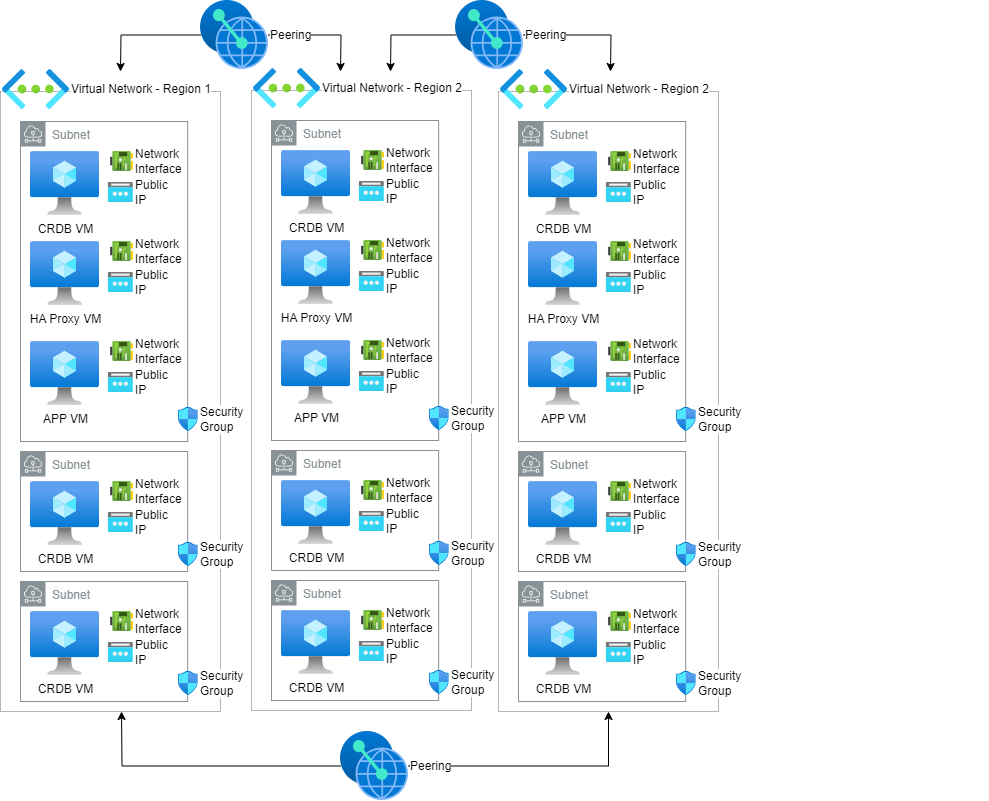
Earlier version of the draw.io export resources/azure-multi-regon.drawio.png (nollenr/AZURE-Terraform-CRDB-Multi-Region). Source tidied: cells renumbered, new cells last; positions are measured from the earlier drawing's top-left corner, leaving out a move shared by most shapes.
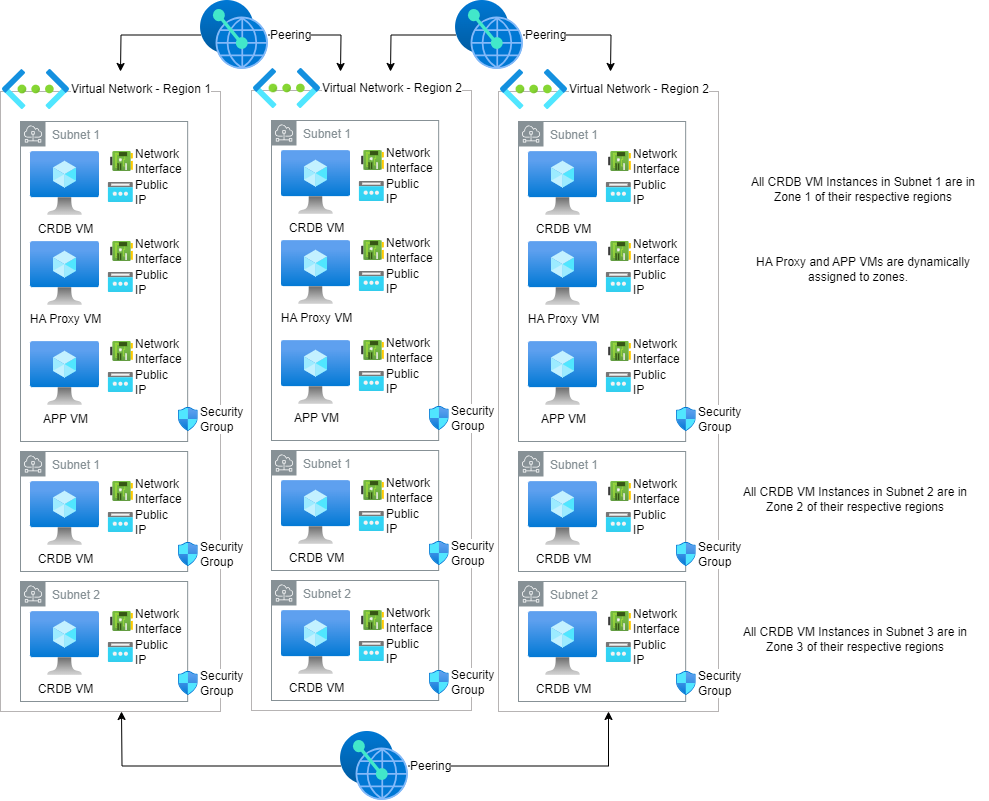
After the commit.

Commit message:
updated README and associated resources

Diff of the diagram source:
```diff
@@ -30,7 +30,7 @@
     <mxCell id="9" style="group;" parent="7" vertex="1">
       <mxGeometry x="20" y="30" width="179.8" height="320" as="geometry" />
     </mxCell>
-    <mxCell id="10" value="Subnet" style="sketch=0;gradientColor=none;html=1;whiteSpace=wrap;fontSize=12;fontStyle=0;shape=mxgraph.aws4.group;grIcon=mxgraph.aws4.group_subnet;strokeColor=#879196;fillColor=none;verticalAlign=top;align=left;spacingLeft=30;fontColor=#879196;dashed=0;" parent="9" vertex="1">
+    <mxCell id="10" value="Subnet 1" style="sketch=0;gradientColor=none;html=1;whiteSpace=wrap;fontSize=12;fontStyle=0;shape=mxgraph.aws4.group;grIcon=mxgraph.aws4.group_subnet;strokeColor=#879196;fillColor=none;verticalAlign=top;align=left;spacingLeft=30;fontColor=#879196;dashed=0;" parent="9" vertex="1">
       <mxGeometry width="167.2" height="320" as="geometry" />
     </mxCell>
     <mxCell id="11" style="group;" parent="9" vertex="1">
@@ -75,7 +75,7 @@
     <mxCell id="24" style="group;" parent="7" vertex="1">
       <mxGeometry x="20" y="360" width="179.8" height="120" as="geometry" />
     </mxCell>
-    <mxCell id="25" value="Subnet" style="sketch=0;gradientColor=none;html=1;whiteSpace=wrap;fontSize=12;fontStyle=0;shape=mxgraph.aws4.group;grIcon=mxgraph.aws4.group_subnet;strokeColor=#879196;fillColor=none;verticalAlign=top;align=left;spacingLeft=30;fontColor=#879196;dashed=0;" parent="24" vertex="1">
+    <mxCell id="25" value="Subnet 1" style="sketch=0;gradientColor=none;html=1;whiteSpace=wrap;fontSize=12;fontStyle=0;shape=mxgraph.aws4.group;grIcon=mxgraph.aws4.group_subnet;strokeColor=#879196;fillColor=none;verticalAlign=top;align=left;spacingLeft=30;fontColor=#879196;dashed=0;" parent="24" vertex="1">
       <mxGeometry width="167.2" height="120" as="geometry" />
     </mxCell>
     <mxCell id="26" style="group;" parent="24" vertex="1">
@@ -96,7 +96,7 @@
     <mxCell id="31" style="group;" parent="7" vertex="1">
       <mxGeometry x="20" y="490" width="179.8" height="120" as="geometry" />
     </mxCell>
-    <mxCell id="32" value="Subnet" style="sketch=0;gradientColor=none;html=1;whiteSpace=wrap;fontSize=12;fontStyle=0;shape=mxgraph.aws4.group;grIcon=mxgraph.aws4.group_subnet;strokeColor=#879196;fillColor=none;verticalAlign=top;align=left;spacingLeft=30;fontColor=#879196;dashed=0;" parent="31" vertex="1">
+    <mxCell id="32" value="Subnet 2" style="sketch=0;gradientColor=none;html=1;whiteSpace=wrap;fontSize=12;fontStyle=0;shape=mxgraph.aws4.group;grIcon=mxgraph.aws4.group_subnet;strokeColor=#879196;fillColor=none;verticalAlign=top;align=left;spacingLeft=30;fontColor=#879196;dashed=0;" parent="31" vertex="1">
       <mxGeometry width="167.2" height="120" as="geometry" />
     </mxCell>
     <mxCell id="33" style="group;" parent="31" vertex="1">
@@ -132,7 +132,7 @@
     <mxCell id="43" style="group;" parent="41" vertex="1">
       <mxGeometry x="20" y="30" width="179.8" height="320" as="geometry" />
     </mxCell>
-    <mxCell id="44" value="Subnet" style="sketch=0;gradientColor=none;html=1;whiteSpace=wrap;fontSize=12;fontStyle=0;shape=mxgraph.aws4.group;grIcon=mxgraph.aws4.group_subnet;strokeColor=#879196;fillColor=none;verticalAlign=top;align=left;spacingLeft=30;fontColor=#879196;dashed=0;" parent="43" vertex="1">
+    <mxCell id="44" value="Subnet 1" style="sketch=0;gradientColor=none;html=1;whiteSpace=wrap;fontSize=12;fontStyle=0;shape=mxgraph.aws4.group;grIcon=mxgraph.aws4.group_subnet;strokeColor=#879196;fillColor=none;verticalAlign=top;align=left;spacingLeft=30;fontColor=#879196;dashed=0;" parent="43" vertex="1">
       <mxGeometry width="167.2" height="320" as="geometry" />
     </mxCell>
     <mxCell id="45" style="group;" parent="43" vertex="1">
@@ -177,7 +177,7 @@
     <mxCell id="58" style="group;" parent="41" vertex="1">
       <mxGeometry x="20" y="360" width="179.8" height="120" as="geometry" />
     </mxCell>
-    <mxCell id="59" value="Subnet" style="sketch=0;gradientColor=none;html=1;whiteSpace=wrap;fontSize=12;fontStyle=0;shape=mxgraph.aws4.group;grIcon=mxgraph.aws4.group_subnet;strokeColor=#879196;fillColor=none;verticalAlign=top;align=left;spacingLeft=30;fontColor=#879196;dashed=0;" parent="58" vertex="1">
+    <mxCell id="59" value="Subnet 1" style="sketch=0;gradientColor=none;html=1;whiteSpace=wrap;fontSize=12;fontStyle=0;shape=mxgraph.aws4.group;grIcon=mxgraph.aws4.group_subnet;strokeColor=#879196;fillColor=none;verticalAlign=top;align=left;spacingLeft=30;fontColor=#879196;dashed=0;" parent="58" vertex="1">
       <mxGeometry width="167.2" height="120" as="geometry" />
     </mxCell>
     <mxCell id="60" style="group;" parent="58" vertex="1">
@@ -198,7 +198,7 @@
     <mxCell id="65" style="group;" parent="41" vertex="1">
       <mxGeometry x="20" y="490" width="179.8" height="120" as="geometry" />
     </mxCell>
-    <mxCell id="66" value="Subnet" style="sketch=0;gradientColor=none;html=1;whiteSpace=wrap;fontSize=12;fontStyle=0;shape=mxgraph.aws4.group;grIcon=mxgraph.aws4.group_subnet;strokeColor=#879196;fillColor=none;verticalAlign=top;align=left;spacingLeft=30;fontColor=#879196;dashed=0;" parent="65" vertex="1">
+    <mxCell id="66" value="Subnet 2" style="sketch=0;gradientColor=none;html=1;whiteSpace=wrap;fontSize=12;fontStyle=0;shape=mxgraph.aws4.group;grIcon=mxgraph.aws4.group_subnet;strokeColor=#879196;fillColor=none;verticalAlign=top;align=left;spacingLeft=30;fontColor=#879196;dashed=0;" parent="65" vertex="1">
       <mxGeometry width="167.2" height="120" as="geometry" />
     </mxCell>
     <mxCell id="67" style="group;" parent="65" vertex="1">
@@ -234,7 +234,7 @@
     <mxCell id="77" style="group;" parent="75" vertex="1">
       <mxGeometry x="20" y="30" width="179.8" height="320" as="geometry" />
     </mxCell>
-    <mxCell id="78" value="Subnet" style="sketch=0;gradientColor=none;html=1;whiteSpace=wrap;fontSize=12;fontStyle=0;shape=mxgraph.aws4.group;grIcon=mxgraph.aws4.group_subnet;strokeColor=#879196;fillColor=none;verticalAlign=top;align=left;spacingLeft=30;fontColor=#879196;dashed=0;" parent="77" vertex="1">
+    <mxCell id="78" value="Subnet 1" style="sketch=0;gradientColor=none;html=1;whiteSpace=wrap;fontSize=12;fontStyle=0;shape=mxgraph.aws4.group;grIcon=mxgraph.aws4.group_subnet;strokeColor=#879196;fillColor=none;verticalAlign=top;align=left;spacingLeft=30;fontColor=#879196;dashed=0;" parent="77" vertex="1">
       <mxGeometry width="167.2" height="320" as="geometry" />
     </mxCell>
     <mxCell id="79" style="group;" parent="77" vertex="1">
@@ -279,7 +279,7 @@
     <mxCell id="92" style="group;" parent="75" vertex="1">
       <mxGeometry x="20" y="360" width="179.8" height="120" as="geometry" />
     </mxCell>
-    <mxCell id="93" value="Subnet" style="sketch=0;gradientColor=none;html=1;whiteSpace=wrap;fontSize=12;fontStyle=0;shape=mxgraph.aws4.group;grIcon=mxgraph.aws4.group_subnet;strokeColor=#879196;fillColor=none;verticalAlign=top;align=left;spacingLeft=30;fontColor=#879196;dashed=0;" parent="92" vertex="1">
+    <mxCell id="93" value="Subnet 1" style="sketch=0;gradientColor=none;html=1;whiteSpace=wrap;fontSize=12;fontStyle=0;shape=mxgraph.aws4.group;grIcon=mxgraph.aws4.group_subnet;strokeColor=#879196;fillColor=none;verticalAlign=top;align=left;spacingLeft=30;fontColor=#879196;dashed=0;" parent="92" vertex="1">
       <mxGeometry width="167.2" height="120" as="geometry" />
     </mxCell>
     <mxCell id="94" style="group;" parent="92" vertex="1">
@@ -300,7 +300,7 @@
     <mxCell id="99" style="group;" parent="75" vertex="1">
       <mxGeometry x="20" y="490" width="179.8" height="120" as="geometry" />
     </mxCell>
-    <mxCell id="100" value="Subnet" style="sketch=0;gradientColor=none;html=1;whiteSpace=wrap;fontSize=12;fontStyle=0;shape=mxgraph.aws4.group;grIcon=mxgraph.aws4.group_subnet;strokeColor=#879196;fillColor=none;verticalAlign=top;align=left;spacingLeft=30;fontColor=#879196;dashed=0;" parent="99" vertex="1">
+    <mxCell id="100" value="Subnet 2" style="sketch=0;gradientColor=none;html=1;whiteSpace=wrap;fontSize=12;fontStyle=0;shape=mxgraph.aws4.group;grIcon=mxgraph.aws4.group_subnet;strokeColor=#879196;fillColor=none;verticalAlign=top;align=left;spacingLeft=30;fontColor=#879196;dashed=0;" parent="99" vertex="1">
       <mxGeometry width="167.2" height="120" as="geometry" />
     </mxCell>
     <mxCell id="101" style="group;" parent="99" vertex="1">
@@ -318,6 +318,18 @@
     <mxCell id="105" value="Security Group" style="image;html=1;align=left;fontSize=12;image=img/lib/azure2/networking/Network_Security_Groups.svg;whiteSpace=wrap;shadow=1;labelPosition=right;verticalLabelPosition=middle;verticalAlign=middle;" parent="99" vertex="1">
       <mxGeometry x="158" y="90" width="19.8" height="24" as="geometry" />
     </mxCell>
+    <mxCell id="113" value="All CRDB VM Instances in Subnet 2 are in Zone 2 of their respective regions" style="text;html=1;strokeColor=none;fillColor=none;align=center;verticalAlign=middle;whiteSpace=wrap;rounded=0;" parent="74" vertex="1">
+      <mxGeometry x="212" y="370" width="230" height="36" as="geometry" />
+    </mxCell>
+    <mxCell id="114" value="All CRDB VM Instances in Subnet 1 are in Zone 1 of their respective regions" style="text;html=1;strokeColor=none;fillColor=none;align=center;verticalAlign=middle;whiteSpace=wrap;rounded=0;" parent="74" vertex="1">
+      <mxGeometry x="220" y="60" width="230" height="36" as="geometry" />
+    </mxCell>
+    <mxCell id="115" value="All CRDB VM Instances in Subnet 3 are in Zone 3 of their respective regions" style="text;html=1;strokeColor=none;fillColor=none;align=center;verticalAlign=middle;whiteSpace=wrap;rounded=0;" parent="74" vertex="1">
+      <mxGeometry x="212" y="510" width="230" height="36" as="geometry" />
+    </mxCell>
+    <mxCell id="116" value="HA Proxy and APP VMs are dynamically assigned to zones.&amp;nbsp; &amp;nbsp;" style="text;html=1;strokeColor=none;fillColor=none;align=center;verticalAlign=middle;whiteSpace=wrap;rounded=0;" parent="74" vertex="1">
+      <mxGeometry x="220" y="140" width="230" height="36" as="geometry" />
+    </mxCell>
     <mxCell id="106" value="Virtual Network - Region 2" style="image;html=1;align=left;fontSize=12;image=img/lib/azure2/networking/Virtual_Networks.svg;labelPosition=right;verticalLabelPosition=middle;verticalAlign=middle;" parent="73" vertex="1">
       <mxGeometry width="67" height="40" as="geometry" />
     </mxCell>
```
